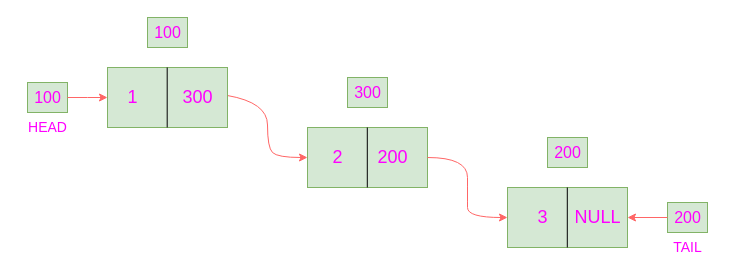
AlgoComplete/DSA-Complete keeps this draw.io diagram as docs/docs/LL/img/Untitled Diagram.drawio. Above is the earlier version. Source tidied: cells renumbered, new cells numbered last; positions are measured from the earlier drawing's top-left corner, leaving out a move shared by most shapes. Both pictures are drawn from the tidied source at 100%, with x=0, y=0 at pixel (22, 17).
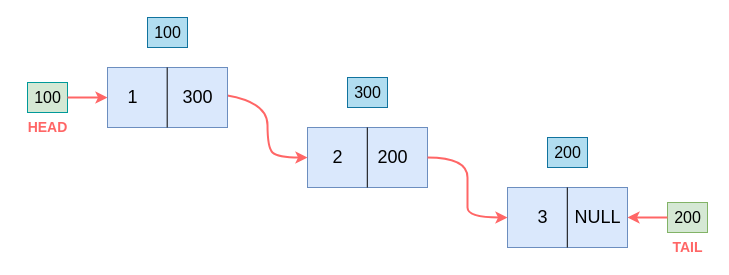
The same diagram, later.

The edit, as a diff of the source:
```diff
@@
-    <mxCell id="2" style="rounded=0;whiteSpace=wrap;html=1;fillColor=#d5e8d4;strokeColor=#82b366;glass=0;sketch=0;shadow=0;fillStyle=auto;" parent="1" vertex="1">
+    <mxCell id="2" style="rounded=0;whiteSpace=wrap;html=1;fillColor=#dae8fc;strokeColor=#6c8ebf;glass=0;sketch=0;shadow=0;fillStyle=auto;" parent="1" vertex="1">
       <mxGeometry x="285" y="110" width="120" height="60" as="geometry" />
     </mxCell>
-    <mxCell id="3" style="rounded=0;whiteSpace=wrap;html=1;fillColor=#d5e8d4;strokeColor=#82b366;glass=0;sketch=0;shadow=0;fillStyle=auto;" parent="1" vertex="1">
+    <mxCell id="3" style="rounded=0;whiteSpace=wrap;html=1;fillColor=#dae8fc;strokeColor=#6c8ebf;glass=0;sketch=0;shadow=0;fillStyle=auto;" parent="1" vertex="1">
       <mxGeometry x="485" y="170" width="120" height="60" as="geometry" />
     </mxCell>
@@
-    <mxCell id="6" value="&lt;font style=&quot;font-size: 18px&quot; color=&quot;#ff00ff&quot;&gt;2&lt;/font&gt;" style="text;html=1;align=center;verticalAlign=middle;rounded=0;shadow=0;glass=0;sketch=0;fillStyle=auto;fillColor=none;" parent="1" vertex="1">
+    <mxCell id="6" value="&lt;font style=&quot;font-size: 18px&quot;&gt;2&lt;/font&gt;" style="text;html=1;align=center;verticalAlign=middle;rounded=0;shadow=0;glass=0;sketch=0;fillStyle=auto;fillColor=none;" parent="1" vertex="1">
       <mxGeometry x="300" y="130" width="30" height="20" as="geometry" />
     </mxCell>
-    <mxCell id="7" value="&lt;font style=&quot;font-size: 18px&quot; color=&quot;#ff00ff&quot;&gt;3&lt;/font&gt;" style="text;html=1;align=center;verticalAlign=middle;rounded=0;shadow=0;glass=0;sketch=0;fillStyle=auto;" parent="1" vertex="1">
+    <mxCell id="7" value="&lt;font style=&quot;font-size: 18px&quot;&gt;3&lt;/font&gt;" style="text;html=1;align=center;verticalAlign=middle;rounded=0;shadow=0;glass=0;sketch=0;fillStyle=auto;" parent="1" vertex="1">
       <mxGeometry x="505" y="190" width="30" height="20" as="geometry" />
     </mxCell>
-    <mxCell id="8" value="&lt;font style=&quot;font-size: 18px&quot; color=&quot;#ff00ff&quot;&gt;200&lt;/font&gt;" style="text;html=1;align=center;verticalAlign=middle;rounded=0;shadow=0;glass=0;sketch=0;fillStyle=auto;" parent="1" vertex="1">
+    <mxCell id="8" value="&lt;font style=&quot;font-size: 18px&quot;&gt;200&lt;/font&gt;" style="text;html=1;align=center;verticalAlign=middle;rounded=0;shadow=0;glass=0;sketch=0;fillStyle=auto;" parent="1" vertex="1">
       <mxGeometry x="345" y="130" width="50" height="20" as="geometry" />
     </mxCell>
-    <mxCell id="9" value="&lt;font style=&quot;font-size: 18px&quot; color=&quot;#ff00ff&quot;&gt;NULL&lt;/font&gt;" style="text;html=1;align=center;verticalAlign=middle;points=[];rounded=0;shadow=0;glass=0;sketch=0;fillStyle=auto;fillColor=none;" parent="1" vertex="1">
+    <mxCell id="9" value="&lt;font style=&quot;font-size: 18px&quot;&gt;NULL&lt;/font&gt;" style="text;html=1;align=center;verticalAlign=middle;points=[];rounded=0;shadow=0;glass=0;sketch=0;fillStyle=auto;fillColor=none;" parent="1" vertex="1">
       <mxGeometry x="545" y="190" width="60" height="20" as="geometry" />
     </mxCell>
-    <mxCell id="10" style="curved=1;endArrow=classic;html=1;rounded=0;fontFamily=Helvetica;fontSize=18;fontColor=default;exitX=1.098;exitY=0.4;exitDx=0;exitDy=0;exitPerimeter=0;entryX=0;entryY=0.5;entryDx=0;entryDy=0;strokeColor=#FF6666;fillColor=#008a00;" parent="1" edge="1" source="24" target="2">
+    <mxCell id="10" style="curved=1;endArrow=classic;html=1;rounded=0;fontFamily=Helvetica;fontSize=18;fontColor=default;exitX=1.098;exitY=0.4;exitDx=0;exitDy=0;exitPerimeter=0;entryX=0;entryY=0.5;entryDx=0;entryDy=0;strokeColor=#FF6666;fillColor=#008a00;strokeWidth=2;" parent="1" edge="1" source="24" target="2">
       <mxGeometry relative="1" as="geometry">
         <Array as="points">
           <mxPoint x="245" y="85" />
           <mxPoint x="245" y="130" />
           <mxPoint x="255" y="140" />
         </Array>
       </mxGeometry>
     </mxCell>
-    <mxCell id="11" style="curved=1;endArrow=classic;html=1;rounded=0;fontFamily=Helvetica;fontSize=18;fontColor=default;exitX=1;exitY=0.5;exitDx=0;exitDy=0;entryX=0;entryY=0.5;entryDx=0;entryDy=0;strokeColor=#FF6666;fillColor=#008a00;" parent="1" edge="1" source="2" target="3">
+    <mxCell id="11" style="curved=1;endArrow=classic;html=1;rounded=0;fontFamily=Helvetica;fontSize=18;fontColor=default;exitX=1;exitY=0.5;exitDx=0;exitDy=0;entryX=0;entryY=0.5;entryDx=0;entryDy=0;strokeColor=#FF6666;fillColor=#008a00;strokeWidth=2;" parent="1" edge="1" source="2" target="3">
       <mxGeometry relative="1" as="geometry">
         <Array as="points">
           <mxPoint x="445" y="140" />
           <mxPoint x="445" y="180" />
           <mxPoint x="445" y="200" />
         </Array>
       </mxGeometry>
     </mxCell>
-    <mxCell id="12" style="rounded=0;whiteSpace=wrap;html=1;shadow=0;glass=0;sketch=0;fillStyle=auto;fontFamily=Helvetica;fontSize=18;strokeColor=#82b366;fillColor=#d5e8d4;" parent="1" vertex="1">
+    <mxCell id="12" style="rounded=0;whiteSpace=wrap;html=1;shadow=0;glass=0;sketch=0;fillStyle=auto;fontFamily=Helvetica;fontSize=18;strokeColor=#009999;fillColor=#d5e8d4;" parent="1" vertex="1">
       <mxGeometry x="5" y="65" width="40" height="30" as="geometry" />
     </mxCell>
@@
-    <mxCell id="14" style="edgeStyle=orthogonalEdgeStyle;rounded=0;jettySize=auto;html=1;fontFamily=Helvetica;fontSize=14;fontColor=default;strokeColor=#FF6666;fillColor=#008a00;" parent="1" edge="1" source="15">
+    <mxCell id="14" style="edgeStyle=orthogonalEdgeStyle;rounded=0;jettySize=auto;html=1;fontFamily=Helvetica;fontSize=14;fontColor=default;strokeColor=#FF6666;fillColor=#008a00;strokeWidth=2;" parent="1" edge="1" source="15">
       <mxGeometry relative="1" as="geometry">
         <mxPoint x="85" y="80" as="targetPoint" />
       </mxGeometry>
     </mxCell>
-    <mxCell id="15" value="&lt;span style=&quot;font-size: 16px&quot;&gt;&lt;font color=&quot;#ff00ff&quot;&gt;100&lt;/font&gt;&lt;/span&gt;" style="text;html=1;align=center;verticalAlign=middle;points=[];rounded=0;shadow=0;glass=0;sketch=0;fillStyle=auto;fillColor=none;fontColor=#ffffff;strokeColor=none;" parent="1" vertex="1">
+    <mxCell id="15" value="&lt;span style=&quot;font-size: 16px&quot;&gt;&lt;font color=&quot;#000000&quot;&gt;100&lt;/font&gt;&lt;/span&gt;" style="text;html=1;align=center;verticalAlign=middle;points=[];rounded=0;shadow=0;glass=0;sketch=0;fillStyle=auto;fillColor=none;fontColor=#ffffff;strokeColor=none;" parent="1" vertex="1">
       <mxGeometry x="5" y="70" width="40" height="20" as="geometry" />
     </mxCell>
-    <mxCell id="16" style="edgeStyle=orthogonalEdgeStyle;rounded=0;jettySize=auto;html=1;fontFamily=Helvetica;fontSize=14;fontColor=default;strokeColor=#FF6666;fillColor=#008a00;" parent="1" edge="1" source="17" target="9">
+    <mxCell id="16" style="edgeStyle=orthogonalEdgeStyle;rounded=0;jettySize=auto;html=1;fontFamily=Helvetica;fontSize=14;fontColor=default;strokeColor=#FF6666;fillColor=#008a00;strokeWidth=2;" parent="1" edge="1" source="17" target="9">
       <mxGeometry relative="1" as="geometry" />
     </mxCell>
-    <mxCell id="17" value="&lt;span style=&quot;font-size: 16px&quot;&gt;&lt;font color=&quot;#ff00ff&quot;&gt;200&lt;/font&gt;&lt;/span&gt;" style="text;html=1;align=center;verticalAlign=middle;points=[];rounded=0;shadow=0;glass=0;sketch=1;fillStyle=auto;fillColor=none;strokeColor=none;" parent="1" vertex="1">
+    <mxCell id="17" value="&lt;span style=&quot;font-size: 16px&quot;&gt;200&lt;/span&gt;" style="text;html=1;align=center;verticalAlign=middle;points=[];rounded=0;shadow=0;glass=0;sketch=1;fillStyle=auto;fillColor=none;strokeColor=none;" parent="1" vertex="1">
       <mxGeometry x="645" y="190" width="40" height="20" as="geometry" />
     </mxCell>
-    <mxCell id="18" style="rounded=0;whiteSpace=wrap;html=1;shadow=0;glass=0;sketch=0;fillStyle=auto;fontFamily=Helvetica;fontSize=18;strokeColor=#82b366;fillColor=#d5e8d4;" parent="1" vertex="1">
+    <mxCell id="18" style="rounded=0;whiteSpace=wrap;html=1;shadow=0;glass=0;sketch=0;fillStyle=auto;fontFamily=Helvetica;fontSize=18;strokeColor=#10739e;fillColor=#b1ddf0;" parent="1" vertex="1">
       <mxGeometry x="125" width="40" height="30" as="geometry" />
     </mxCell>
-    <mxCell id="19" value="&lt;font color=&quot;#ff00ff&quot;&gt;HEAD&lt;/font&gt;" style="text;html=1;align=center;verticalAlign=middle;fillColor=none;strokeColor=none;rounded=0;shadow=0;glass=0;sketch=1;fillStyle=auto;fontFamily=Helvetica;fontSize=14;fontColor=default;" parent="1" vertex="1">
-      <mxGeometry y="100" width="50" height="20" as="geometry" />
+    <mxCell id="19" value="&lt;font color=&quot;#ff6666&quot;&gt;&lt;b&gt;HEAD&lt;/b&gt;&lt;/font&gt;" style="text;html=1;align=center;verticalAlign=middle;fillColor=none;strokeColor=none;rounded=0;shadow=0;glass=0;sketch=1;fillStyle=auto;fontFamily=Helvetica;fontSize=14;fontColor=default;" parent="1" vertex="1">
+      <mxGeometry x="-5" y="100" width="60" height="20" as="geometry" />
     </mxCell>
-    <mxCell id="20" style="rounded=0;whiteSpace=wrap;html=1;fillColor=#d5e8d4;strokeColor=#82b366;glass=0;sketch=0;shadow=0;fillStyle=auto;" parent="1" vertex="1">
+    <mxCell id="20" style="rounded=0;whiteSpace=wrap;html=1;fillColor=#dae8fc;strokeColor=#6c8ebf;glass=0;sketch=0;shadow=0;fillStyle=auto;" parent="1" vertex="1">
       <mxGeometry x="85" y="50" width="120" height="60" as="geometry" />
     </mxCell>
-    <mxCell id="21" value="&lt;font color=&quot;#ff00ff&quot;&gt;TAIL&lt;/font&gt;" style="text;html=1;align=center;verticalAlign=middle;fillColor=none;strokeColor=none;rounded=0;shadow=0;glass=0;sketch=1;fillStyle=auto;fontFamily=Helvetica;fontSize=14;fontColor=default;" parent="1" vertex="1">
-      <mxGeometry x="645" y="220" width="40" height="20" as="geometry" />
+    <mxCell id="21" value="&lt;font color=&quot;#ff6666&quot;&gt;&lt;b&gt;TAIL&lt;/b&gt;&lt;/font&gt;" style="text;html=1;align=center;verticalAlign=middle;fillColor=none;strokeColor=none;rounded=0;shadow=0;glass=0;sketch=1;fillStyle=auto;fontFamily=Helvetica;fontSize=14;fontColor=default;" parent="1" vertex="1">
+      <mxGeometry x="640" y="220" width="50" height="20" as="geometry" />
     </mxCell>
@@
-    <mxCell id="23" value="&lt;font style=&quot;font-size: 18px&quot; color=&quot;#ff00ff&quot;&gt;1&lt;/font&gt;" style="text;html=1;align=center;verticalAlign=middle;rounded=0;shadow=0;glass=0;sketch=0;fillStyle=auto;" parent="1" vertex="1">
+    <mxCell id="23" value="&lt;font style=&quot;font-size: 18px&quot;&gt;1&lt;/font&gt;" style="text;html=1;align=center;verticalAlign=middle;rounded=0;shadow=0;glass=0;sketch=0;fillStyle=auto;" parent="1" vertex="1">
       <mxGeometry x="95" y="70" width="30" height="20" as="geometry" />
     </mxCell>
-    <mxCell id="24" value="&lt;font style=&quot;font-size: 18px&quot; color=&quot;#ff00ff&quot;&gt;300&lt;/font&gt;" style="text;html=1;align=center;verticalAlign=middle;points=[];rounded=0;shadow=0;glass=0;sketch=0;fillStyle=auto;" parent="1" vertex="1">
+    <mxCell id="24" value="&lt;font style=&quot;font-size: 18px&quot;&gt;300&lt;/font&gt;" style="text;html=1;align=center;verticalAlign=middle;points=[];rounded=0;shadow=0;glass=0;sketch=0;fillStyle=auto;" parent="1" vertex="1">
       <mxGeometry x="150" y="70" width="50" height="20" as="geometry" />
     </mxCell>
-    <mxCell id="25" value="&lt;span style=&quot;font-size: 16px&quot;&gt;&lt;font color=&quot;#ff00ff&quot;&gt;100&lt;/font&gt;&lt;/span&gt;" style="text;html=1;align=center;verticalAlign=middle;rounded=0;shadow=0;glass=0;sketch=0;fillStyle=auto;" parent="1" vertex="1">
+    <mxCell id="25" value="&lt;span style=&quot;font-size: 16px&quot;&gt;100&lt;/span&gt;" style="text;html=1;align=center;verticalAlign=middle;rounded=0;shadow=0;glass=0;sketch=0;fillStyle=auto;" parent="1" vertex="1">
       <mxGeometry x="125" y="5" width="40" height="20" as="geometry" />
     </mxCell>
-    <mxCell id="26" style="rounded=0;whiteSpace=wrap;html=1;shadow=0;glass=0;sketch=0;fillStyle=auto;fontFamily=Helvetica;fontSize=18;strokeColor=#82b366;fillColor=#d5e8d4;" parent="1" vertex="1">
+    <mxCell id="26" style="rounded=0;whiteSpace=wrap;html=1;shadow=0;glass=0;sketch=0;fillStyle=auto;fontFamily=Helvetica;fontSize=18;strokeColor=#10739e;fillColor=#b1ddf0;" parent="1" vertex="1">
       <mxGeometry x="325" y="60" width="40" height="30" as="geometry" />
     </mxCell>
-    <mxCell id="27" value="&lt;span style=&quot;font-size: 16px&quot;&gt;&lt;font color=&quot;#ff00ff&quot;&gt;300&lt;/font&gt;&lt;/span&gt;" style="text;html=1;align=center;verticalAlign=middle;rounded=0;shadow=0;glass=0;sketch=0;fillStyle=auto;" parent="1" vertex="1">
+    <mxCell id="27" value="&lt;span style=&quot;font-size: 16px&quot;&gt;300&lt;/span&gt;" style="text;html=1;align=center;verticalAlign=middle;rounded=0;shadow=0;glass=0;sketch=0;fillStyle=auto;" parent="1" vertex="1">
       <mxGeometry x="325" y="65" width="40" height="20" as="geometry" />
     </mxCell>
-    <mxCell id="28" style="rounded=0;whiteSpace=wrap;html=1;shadow=0;glass=0;sketch=0;fillStyle=auto;fontFamily=Helvetica;fontSize=18;strokeColor=#82b366;fillColor=#d5e8d4;" parent="1" vertex="1">
+    <mxCell id="28" style="rounded=0;whiteSpace=wrap;html=1;shadow=0;glass=0;sketch=0;fillStyle=auto;fontFamily=Helvetica;fontSize=18;strokeColor=#10739e;fillColor=#b1ddf0;" parent="1" vertex="1">
       <mxGeometry x="525" y="120" width="40" height="30" as="geometry" />
     </mxCell>
-    <mxCell id="29" value="&lt;span style=&quot;font-size: 16px&quot;&gt;&lt;font color=&quot;#ff00ff&quot;&gt;200&lt;/font&gt;&lt;/span&gt;" style="text;html=1;align=center;verticalAlign=middle;rounded=0;shadow=0;glass=0;sketch=0;fillStyle=auto;" parent="1" vertex="1">
+    <mxCell id="29" value="&lt;span style=&quot;font-size: 16px&quot;&gt;200&lt;/span&gt;" style="text;html=1;align=center;verticalAlign=middle;rounded=0;shadow=0;glass=0;sketch=0;fillStyle=auto;" parent="1" vertex="1">
       <mxGeometry x="525" y="125" width="40" height="20" as="geometry" />
     </mxCell>
```
